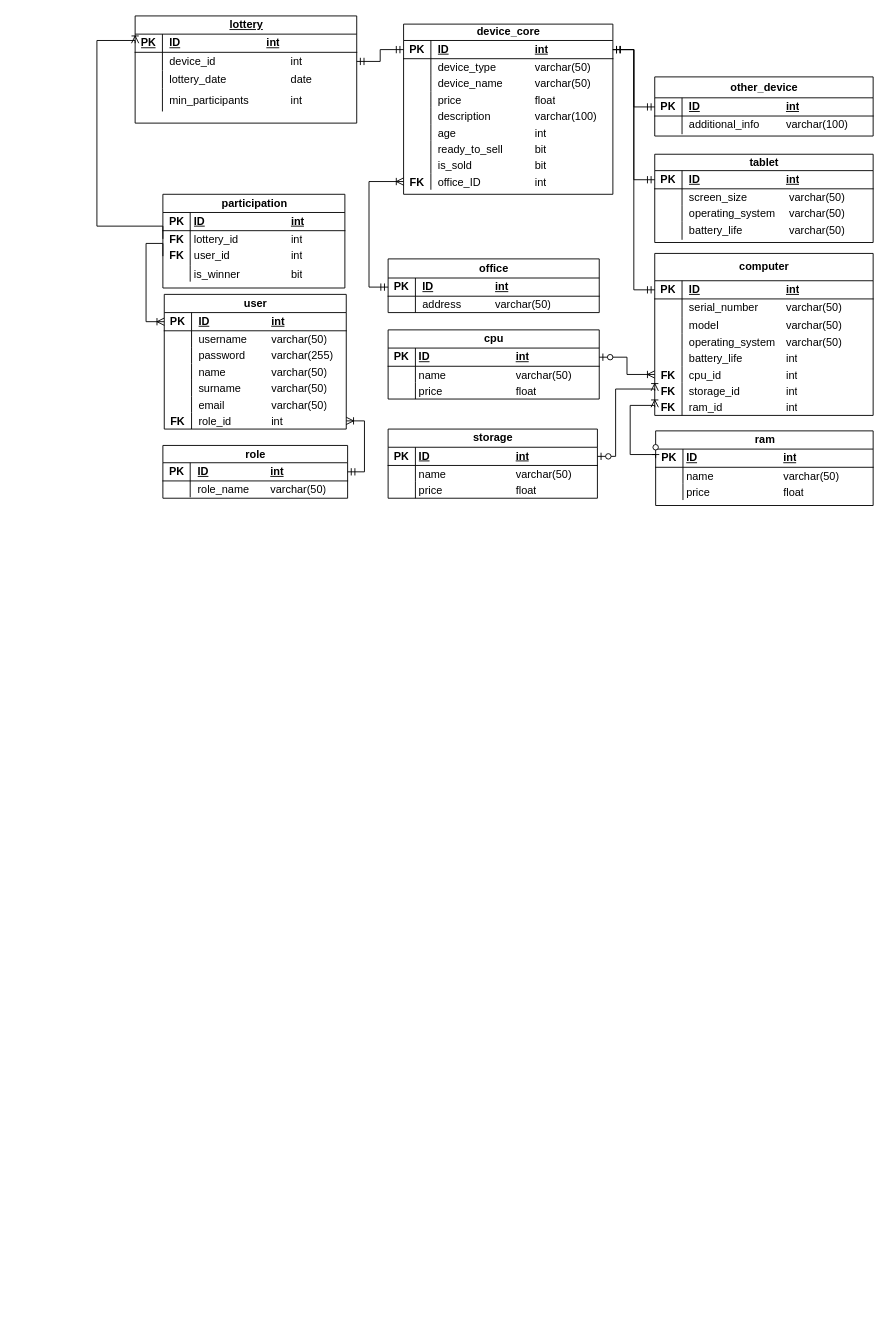
Maurycjo/Praca-dyplomowa keeps this draw.io diagram as Diagrams/ER_Diagramv2.drawio. Above is the earlier version. Source tidied: cells renumbered, new cells numbered last; positions are measured from the earlier drawing's top-left corner, leaving out a move shared by most shapes. Both pictures are drawn from the tidied source at 91%, with x=0, y=0 at pixel (15, 15).
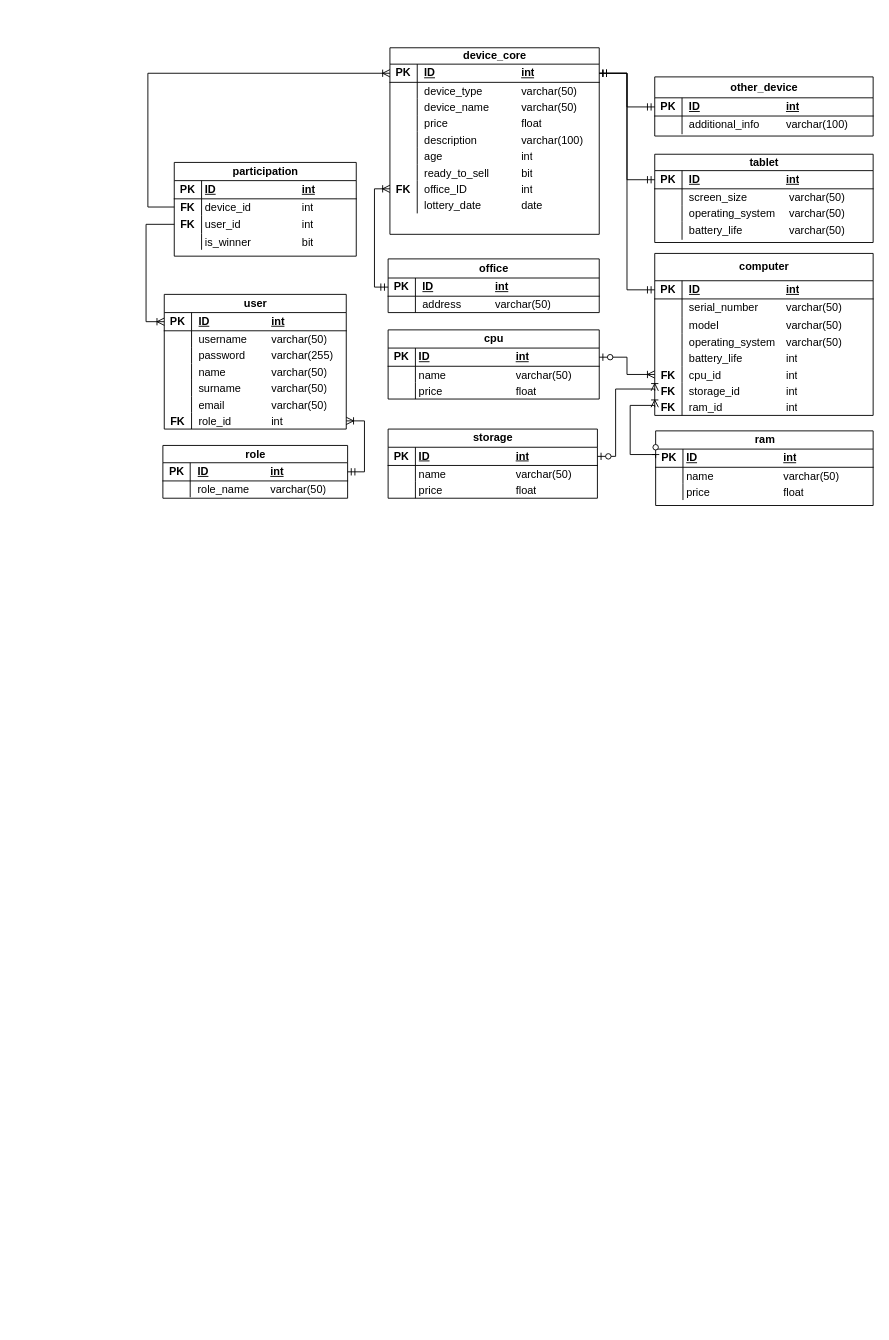
Above is the later version.

Unchanged cells that the change refers to:
```xml
<mxCell id="3" style="shape=tableRow;horizontal=0;startSize=0;swimlaneHead=0;swimlaneBody=0;fillColor=none;points=[[0,0.5],[1,0.5]];portConstraint=eastwest;top=0;left=0;right=0;bottom=1;" parent="2" vertex="1">
  <mxGeometry y="18" width="230" height="20" as="geometry" />
</mxCell>
<mxCell id="59" style="shape=tableRow;horizontal=0;startSize=0;swimlaneHead=0;swimlaneBody=0;fillColor=none;points=[[0,0.5],[1,0.5]];portConstraint=eastwest;top=0;left=0;right=0;bottom=1;" parent="58" vertex="1">
  <mxGeometry y="21" width="232" height="20" as="geometry" />
</mxCell>
<mxCell id="121" style="shape=tableRow;horizontal=0;startSize=0;swimlaneHead=0;swimlaneBody=0;fillColor=none;points=[[0,0.5],[1,0.5]];portConstraint=eastwest;top=0;left=0;right=0;bottom=1;" parent="120" vertex="1">
  <mxGeometry y="20" width="200" height="20" as="geometry" />
</mxCell>
<mxCell id="163" style="shape=tableRow;horizontal=0;startSize=0;swimlaneHead=0;swimlaneBody=0;fillColor=none;points=[[0,0.5],[1,0.5]];portConstraint=eastwest;top=0;left=0;right=0;bottom=0;" parent="159" vertex="1">
  <mxGeometry y="40" width="200" height="18" as="geometry" />
</mxCell>
<mxCell id="166" style="shape=tableRow;horizontal=0;startSize=0;swimlaneHead=0;swimlaneBody=0;fillColor=none;points=[[0,0.5],[1,0.5]];portConstraint=eastwest;top=0;left=0;right=0;bottom=0;" parent="159" vertex="1">
  <mxGeometry y="58" width="200" height="20" as="geometry" />
</mxCell>
```

What changed in the source:
```diff
@@
     <mxCell id="2" value="device_core" style="shape=table;startSize=18;childLayout=tableLayout;rowLines=0;fontStyle=1;align=center;html=1;" parent="1" vertex="1">
-      <mxGeometry x="426" y="9" width="230" height="187" as="geometry" />
+      <mxGeometry x="411" y="35" width="230" height="205" as="geometry" />
     </mxCell>
@@
-    <mxCell id="24" style="shape=tableRow;horizontal=0;startSize=0;swimlaneHead=0;swimlaneBody=0;fillColor=none;top=0;left=0;right=0;bottom=0;" parent="2" vertex="1">
-      <mxGeometry y="146" width="230" height="18" as="geometry" />
-    </mxCell>
-    <mxCell id="25" style="shape=partialRectangle;fillColor=none;top=0;left=0;bottom=0;right=0;overflow=hidden;whiteSpace=wrap;html=1;" parent="24" vertex="1">
-      <mxGeometry width="30" height="18" as="geometry" />
-    </mxCell>
-    <mxCell id="26" value="is_sold&lt;span style=&quot;white-space: pre;&quot;&gt;&#9;&lt;/span&gt;&lt;span style=&quot;white-space: pre;&quot;&gt;&#9;&lt;span style=&quot;white-space: pre;&quot;&gt;&#9;&lt;/span&gt;&lt;/span&gt;bit" style="shape=partialRectangle;fillColor=none;top=0;left=0;bottom=0;right=0;align=left;spacingLeft=6;overflow=hidden;whiteSpace=wrap;html=1;" parent="24" vertex="1">
-      <mxGeometry x="30" width="200" height="18" as="geometry" />
-    </mxCell>
     <mxCell id="27" style="shape=tableRow;horizontal=0;startSize=0;swimlaneHead=0;swimlaneBody=0;fillColor=none;points=[[0,0.5],[1,0.5]];portConstraint=eastwest;top=0;left=0;right=0;bottom=0;" parent="2" vertex="1">
-      <mxGeometry y="164" width="230" height="18" as="geometry" />
+      <mxGeometry y="146" width="230" height="18" as="geometry" />
     </mxCell>
@@
+    <mxCell id="180" style="shape=tableRow;horizontal=0;startSize=0;swimlaneHead=0;swimlaneBody=0;fillColor=none;top=0;left=0;right=0;bottom=0;" parent="2" vertex="1">
+      <mxGeometry y="164" width="230" height="18" as="geometry" />
+    </mxCell>
+    <mxCell id="25" style="shape=partialRectangle;fillColor=none;top=0;left=0;bottom=0;right=0;overflow=hidden;whiteSpace=wrap;html=1;" parent="180" vertex="1">
+      <mxGeometry width="30" height="18" as="geometry" />
+    </mxCell>
+    <mxCell id="152" value="lottery_date&lt;span style=&quot;white-space: pre;&quot;&gt;&#9;&lt;span style=&quot;white-space: pre;&quot;&gt;&#9;&lt;/span&gt;date&lt;/span&gt;" style="shape=partialRectangle;fillColor=none;top=0;left=0;bottom=0;right=0;align=left;spacingLeft=6;overflow=hidden;whiteSpace=wrap;html=1;" parent="180" vertex="1">
+      <mxGeometry x="30" width="200" height="18" as="geometry" />
+    </mxCell>
@@
-    <mxCell id="143" value="lottery" style="shape=table;startSize=20;childLayout=tableLayout;rowLines=0;fontStyle=5;align=center;html=1;" parent="1" vertex="1">
-      <mxGeometry x="131" width="243.5" height="117.8" as="geometry" />
-    </mxCell>
-    <mxCell id="144" style="shape=tableRow;horizontal=0;startSize=0;swimlaneHead=0;swimlaneBody=0;fillColor=none;points=[[0,0.5],[1,0.5]];portConstraint=eastwest;top=0;left=0;right=0;bottom=1;fontStyle=4;" parent="143" vertex="1">
-      <mxGeometry y="20" width="243.5" height="20" as="geometry" />
-    </mxCell>
-    <mxCell id="145" value="PK" style="shape=partialRectangle;fillColor=none;top=0;left=0;bottom=0;right=0;fontStyle=5;overflow=hidden;whiteSpace=wrap;html=1;" parent="144" vertex="1">
-      <mxGeometry width="30" height="20" as="geometry" />
-    </mxCell>
-    <mxCell id="146" value="ID&lt;span style=&quot;white-space: pre;&quot;&gt;&#9;&lt;/span&gt;&lt;span style=&quot;white-space: pre;&quot;&gt;&#9;&lt;/span&gt;&lt;span style=&quot;white-space: pre;&quot;&gt;&#9;&lt;/span&gt;&lt;span style=&quot;white-space: pre;&quot;&gt;&#9;&lt;/span&gt;int" style="shape=partialRectangle;fillColor=none;top=0;left=0;bottom=0;right=0;align=left;spacingLeft=6;fontStyle=5;overflow=hidden;whiteSpace=wrap;html=1;" parent="144" vertex="1">
-      <mxGeometry x="30" width="213.5" height="20" as="geometry" />
-    </mxCell>
-    <mxCell id="147" style="shape=tableRow;horizontal=0;startSize=0;swimlaneHead=0;swimlaneBody=0;fillColor=none;points=[[0,0.5],[1,0.5]];portConstraint=eastwest;top=0;left=0;right=0;bottom=0;fontStyle=4;" parent="143" vertex="1">
-      <mxGeometry y="40" width="243.5" height="20" as="geometry" />
-    </mxCell>
-    <mxCell id="148" style="shape=partialRectangle;fillColor=none;top=0;left=0;bottom=0;right=0;overflow=hidden;whiteSpace=wrap;html=1;fontStyle=4;" parent="147" vertex="1">
-      <mxGeometry width="30" height="20" as="geometry" />
-    </mxCell>
-    <mxCell id="149" value="device_id&lt;span style=&quot;white-space: pre;&quot;&gt;&#9;&lt;/span&gt;&lt;span style=&quot;white-space: pre;&quot;&gt;&#9;&lt;/span&gt;&lt;span style=&quot;white-space: pre;&quot;&gt;&#9;&lt;/span&gt;&lt;span style=&quot;white-space: pre;&quot;&gt;&#9;&lt;/span&gt;int" style="shape=partialRectangle;fillColor=none;top=0;left=0;bottom=0;right=0;align=left;spacingLeft=6;overflow=hidden;whiteSpace=wrap;html=1;fontStyle=0;" parent="147" vertex="1">
-      <mxGeometry x="30" width="213.5" height="20" as="geometry" />
-    </mxCell>
-    <mxCell id="150" style="shape=tableRow;horizontal=0;startSize=0;swimlaneHead=0;swimlaneBody=0;fillColor=none;top=0;left=0;right=0;bottom=0;fontStyle=4;" parent="143" vertex="1">
-      <mxGeometry y="60" width="243.5" height="20" as="geometry" />
-    </mxCell>
-    <mxCell id="151" style="shape=partialRectangle;fillColor=none;top=0;left=0;bottom=0;right=0;overflow=hidden;whiteSpace=wrap;html=1;fontStyle=4;" parent="150" vertex="1">
-      <mxGeometry width="30" height="20" as="geometry" />
-    </mxCell>
-    <mxCell id="152" value="lottery_date&lt;span style=&quot;white-space: pre;&quot;&gt;&#9;&lt;/span&gt;&lt;span style=&quot;white-space: pre;&quot;&gt;&#9;&lt;span style=&quot;white-space: pre;&quot;&gt;&#9;&lt;/span&gt;&lt;/span&gt;date" style="shape=partialRectangle;fillColor=none;top=0;left=0;bottom=0;right=0;align=left;spacingLeft=6;overflow=hidden;whiteSpace=wrap;html=1;fontStyle=0;" parent="150" vertex="1">
-      <mxGeometry x="30" width="213.5" height="20" as="geometry" />
-    </mxCell>
-    <mxCell id="153" style="shape=tableRow;horizontal=0;startSize=0;swimlaneHead=0;swimlaneBody=0;fillColor=none;top=0;left=0;right=0;bottom=0;fontStyle=4;" parent="143" vertex="1">
-      <mxGeometry y="80" width="243.5" height="25" as="geometry" />
-    </mxCell>
-    <mxCell id="154" style="shape=partialRectangle;fillColor=none;top=0;left=0;bottom=0;right=0;overflow=hidden;whiteSpace=wrap;html=1;fontStyle=4;" parent="153" vertex="1">
-      <mxGeometry width="30" height="25" as="geometry" />
-    </mxCell>
-    <mxCell id="155" value="min_participants&amp;nbsp; &amp;nbsp; &amp;nbsp;&lt;span style=&quot;white-space: pre;&quot;&gt;&#9;&lt;/span&gt;&amp;nbsp;&lt;span style=&quot;white-space: pre;&quot;&gt;&#9;&lt;/span&gt;int" style="shape=partialRectangle;fillColor=none;top=0;left=0;bottom=0;right=0;align=left;spacingLeft=6;overflow=hidden;whiteSpace=wrap;html=1;fontStyle=0;" parent="153" vertex="1">
-      <mxGeometry x="30" width="213.5" height="25" as="geometry" />
-    </mxCell>
@@
     <mxCell id="159" value="participation" style="shape=table;startSize=20;childLayout=tableLayout;rowLines=0;fontStyle=1;align=center;html=1;" parent="1" vertex="1">
-      <mxGeometry x="161.5" y="196" width="200" height="103" as="geometry" />
+      <mxGeometry x="174" y="161" width="200" height="103" as="geometry" />
     </mxCell>
@@
-    <mxCell id="165" value="lottery_id&lt;span style=&quot;white-space: pre;&quot;&gt;&#9;&lt;span style=&quot;white-space: pre;&quot;&gt;&#9;&lt;span style=&quot;white-space: pre;&quot;&gt;&#9;&lt;/span&gt;&lt;/span&gt;&lt;/span&gt;int" style="shape=partialRectangle;fillColor=none;top=0;left=0;bottom=0;right=0;align=left;spacingLeft=2;overflow=hidden;whiteSpace=wrap;html=1;" parent="163" vertex="1">
+    <mxCell id="165" value="device_id&lt;span style=&quot;white-space: pre;&quot;&gt;&#9;&lt;span style=&quot;white-space: pre;&quot;&gt;&#9;&lt;span style=&quot;white-space: pre;&quot;&gt;&#9;&lt;/span&gt;&lt;/span&gt;&lt;/span&gt;int" style="shape=partialRectangle;fillColor=none;top=0;left=0;bottom=0;right=0;align=left;spacingLeft=2;overflow=hidden;whiteSpace=wrap;html=1;" parent="163" vertex="1">
       <mxGeometry x="30" width="170" height="18" as="geometry" />
     </mxCell>
@@
     <mxCell id="172" style="fontSize=12;html=1;endArrow=ERoneToMany;rounded=0;entryX=0;entryY=0.5;entryDx=0;entryDy=0;exitX=0;exitY=0.5;exitDx=0;exitDy=0;edgeStyle=orthogonalEdgeStyle;" parent="1" edge="1" source="166" target="121">
       <mxGeometry relative="1" as="geometry">
         <Array as="points">
-          <mxPoint x="143" y="250" />
+          <mxPoint x="143" y="229" />
           <mxPoint x="143" y="336" />
         </Array>
       </mxGeometry>
     </mxCell>
-    <mxCell id="173" style="fontSize=12;html=1;endArrow=ERoneToMany;rounded=0;exitX=0;exitY=0.5;exitDx=0;exitDy=0;entryX=0;entryY=0.5;entryDx=0;entryDy=0;edgeStyle=orthogonalEdgeStyle;" parent="1" edge="1" source="163" target="144">
+    <mxCell id="173" style="fontSize=12;html=1;endArrow=ERoneToMany;rounded=0;exitX=0;exitY=0.5;exitDx=0;exitDy=0;entryX=0;entryY=0.5;entryDx=0;entryDy=0;edgeStyle=orthogonalEdgeStyle;" parent="1" edge="1" source="163" target="3">
       <mxGeometry relative="1" as="geometry">
         <Array as="points">
-          <mxPoint x="161" y="231" />
-          <mxPoint x="89" y="231" />
-          <mxPoint x="89" y="27" />
+          <mxPoint x="145" y="210" />
+          <mxPoint x="145" y="63" />
         </Array>
       </mxGeometry>
     </mxCell>
-    <mxCell id="174" style="fontSize=12;html=1;endArrow=ERoneToMany;startArrow=ERmandOne;rounded=0;exitX=0;exitY=0.5;exitDx=0;exitDy=0;entryX=0;entryY=0.5;entryDx=0;entryDy=0;endFill=0;edgeStyle=orthogonalEdgeStyle;" parent="1" edge="1" source="59" target="27">
+    <mxCell id="174" style="fontSize=12;html=1;endArrow=ERoneToMany;startArrow=ERmandOne;rounded=0;exitX=0;exitY=0.5;exitDx=0;exitDy=0;endFill=0;edgeStyle=orthogonalEdgeStyle;entryX=0;entryY=0.5;entryDx=0;entryDy=0;" parent="1" edge="1" source="59" target="27">
       <mxGeometry relative="1" as="geometry">
         <Array as="points">
-          <mxPoint x="388" y="298" />
-          <mxPoint x="388" y="182" />
+          <mxPoint x="394" y="298" />
+          <mxPoint x="394" y="190" />
         </Array>
       </mxGeometry>
     </mxCell>
@@
-    <mxCell id="179" style="edgeStyle=orthogonalEdgeStyle;fontSize=12;html=1;endArrow=ERmandOne;startArrow=ERmandOne;rounded=0;exitX=1;exitY=0.5;exitDx=0;exitDy=0;entryX=0;entryY=0.5;entryDx=0;entryDy=0;" parent="1" edge="1" source="147" target="3">
-      <mxGeometry relative="1" as="geometry" />
-    </mxCell>
```
